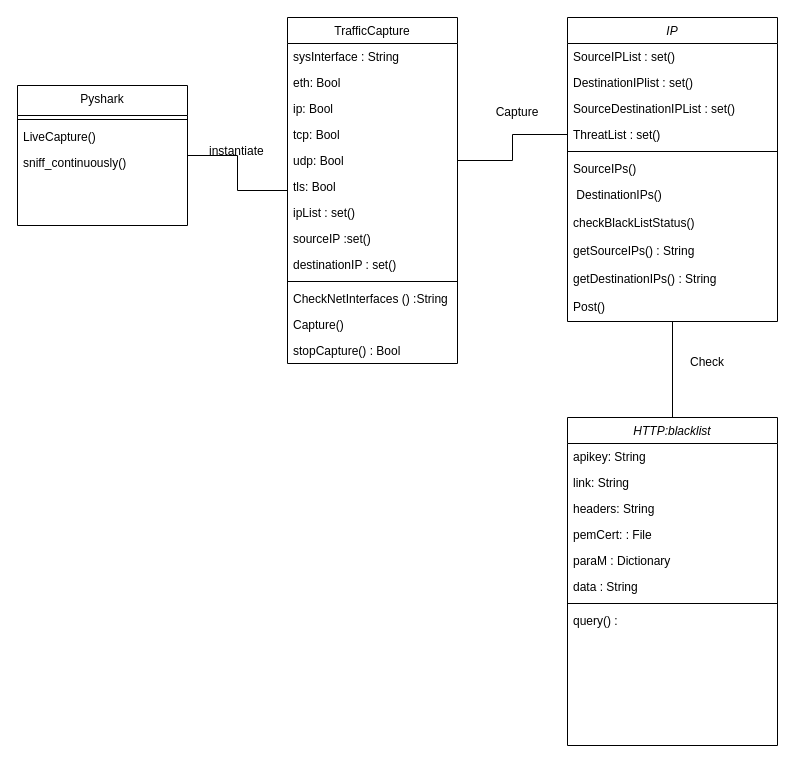
MaduraJ/Network-traffic-data-Visualization-tool-for-pfsense keeps this draw.io diagram as Test case 1/ClassDiagram.drawio. Above is the earlier version. Source tidied: cells renumbered, new cells numbered last; positions are measured from the earlier drawing's top-left corner, leaving out a move shared by most shapes. Both pictures are drawn from the tidied source at 100%, with x=0, y=0 at pixel (17, 17).
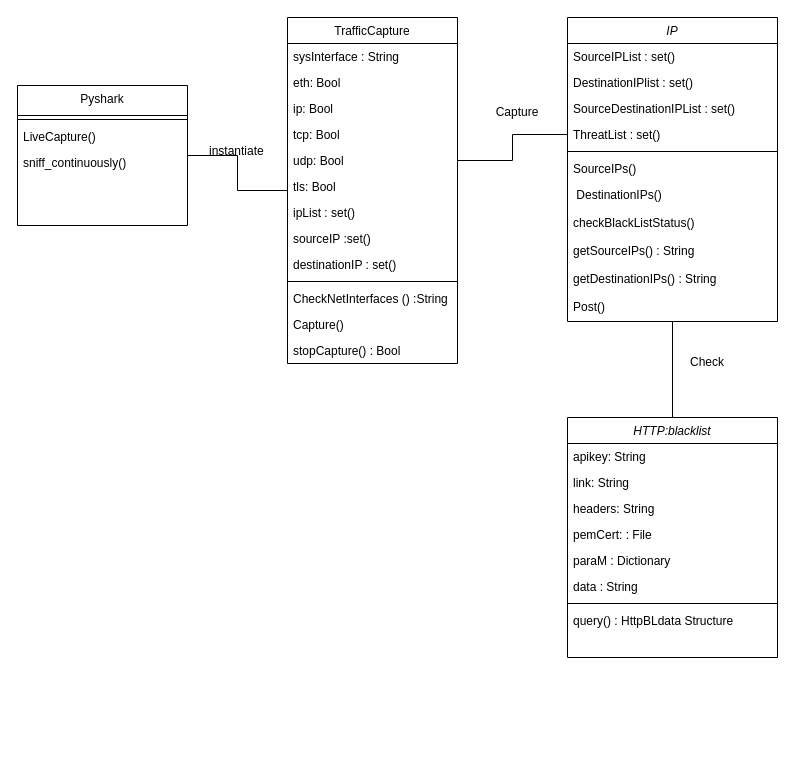
After the change.

What changed in the source:
```diff
@@
     <mxCell id="37" value="HTTP:blacklist" style="swimlane;fontStyle=2;align=center;verticalAlign=top;horizontal=1;startSize=26;rounded=0;shadow=0;strokeWidth=1;" parent="1" vertex="1">
-      <mxGeometry x="550" y="400" width="210" height="328" as="geometry" />
+      <mxGeometry x="550" y="400" width="210" height="240" as="geometry" />
     </mxCell>
@@
-    <mxCell id="45" value="query() : " style="text;align=left;verticalAlign=top;spacingLeft=4;spacingRight=4;overflow=hidden;" parent="37" vertex="1">
+    <mxCell id="45" value="query() : HttpBLdata Structure " style="text;align=left;verticalAlign=top;spacingLeft=4;spacingRight=4;overflow=hidden;" parent="37" vertex="1">
       <mxGeometry y="190" width="210" height="28" as="geometry" />
     </mxCell>
```
